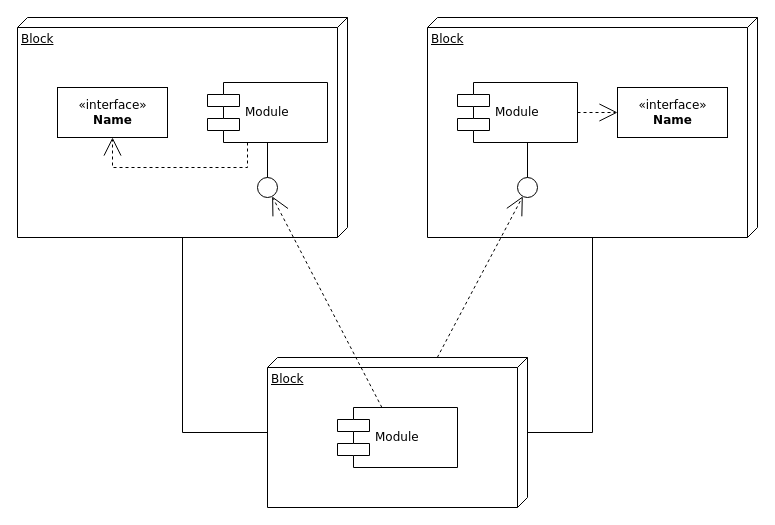
Earlier version of the draw.io diagram Untitled Diagram.drawio (shadowlessScript/LMS). Source tidied: cells renumbered, new cells numbered last; positions are measured from the earlier drawing's top-left corner, leaving out a move shared by most shapes. Both pictures are drawn from the tidied source at 100%, with x=0, y=0 at pixel (17, 17).
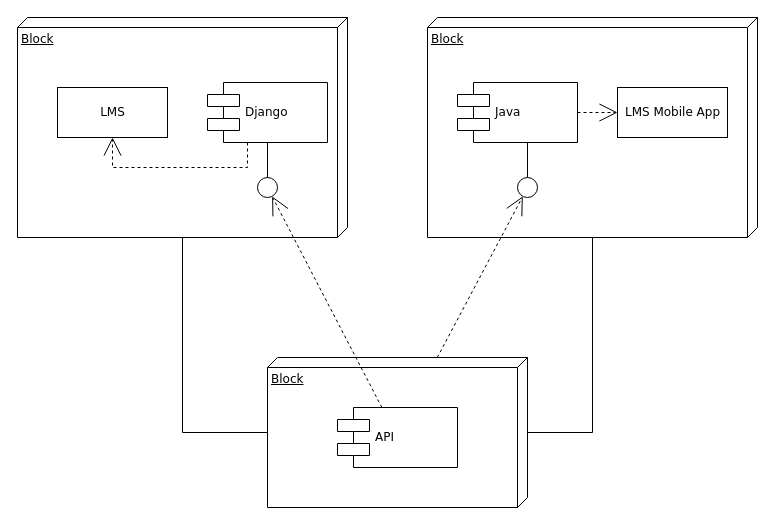
The same diagram, later.

Change to the diagram source:
```diff
@@
-    <mxCell id="5" value="&amp;laquo;interface&amp;raquo;&lt;br&gt;&lt;b&gt;Name&lt;/b&gt;" style="html=1;rounded=0;shadow=0;comic=0;labelBackgroundColor=none;strokeWidth=1;fontFamily=Verdana;fontSize=12;align=center;" parent="1" vertex="1">
+    <mxCell id="5" value="LMS&lt;br&gt;" style="html=1;rounded=0;shadow=0;comic=0;labelBackgroundColor=none;strokeWidth=1;fontFamily=Verdana;fontSize=12;align=center;" parent="1" vertex="1">
       <mxGeometry x="40" y="70" width="110" height="50" as="geometry" />
     </mxCell>
-    <mxCell id="6" value="Module" style="shape=component;align=left;spacingLeft=36;rounded=0;shadow=0;comic=0;labelBackgroundColor=none;strokeWidth=1;fontFamily=Verdana;fontSize=12;html=1;" parent="1" vertex="1">
+    <mxCell id="6" value="Django" style="shape=component;align=left;spacingLeft=36;rounded=0;shadow=0;comic=0;labelBackgroundColor=none;strokeWidth=1;fontFamily=Verdana;fontSize=12;html=1;" parent="1" vertex="1">
       <mxGeometry x="190" y="65" width="120" height="60" as="geometry" />
     </mxCell>
@@
-    <mxCell id="8" value="Module" style="shape=component;align=left;spacingLeft=36;rounded=0;shadow=0;comic=0;labelBackgroundColor=none;strokeWidth=1;fontFamily=Verdana;fontSize=12;html=1;" parent="1" vertex="1">
+    <mxCell id="8" value="Java" style="shape=component;align=left;spacingLeft=36;rounded=0;shadow=0;comic=0;labelBackgroundColor=none;strokeWidth=1;fontFamily=Verdana;fontSize=12;html=1;" parent="1" vertex="1">
       <mxGeometry x="440" y="65" width="120" height="60" as="geometry" />
     </mxCell>
-    <mxCell id="9" value="&amp;laquo;interface&amp;raquo;&lt;br&gt;&lt;b&gt;Name&lt;/b&gt;" style="html=1;rounded=0;shadow=0;comic=0;labelBackgroundColor=none;strokeWidth=1;fontFamily=Verdana;fontSize=12;align=center;" parent="1" vertex="1">
+    <mxCell id="9" value="LMS Mobile App" style="html=1;rounded=0;shadow=0;comic=0;labelBackgroundColor=none;strokeWidth=1;fontFamily=Verdana;fontSize=12;align=center;" parent="1" vertex="1">
       <mxGeometry x="600" y="70" width="110" height="50" as="geometry" />
     </mxCell>
@@
-    <mxCell id="11" value="Module" style="shape=component;align=left;spacingLeft=36;rounded=0;shadow=0;comic=0;labelBackgroundColor=none;strokeWidth=1;fontFamily=Verdana;fontSize=12;html=1;" parent="1" vertex="1">
+    <mxCell id="11" value="API" style="shape=component;align=left;spacingLeft=36;rounded=0;shadow=0;comic=0;labelBackgroundColor=none;strokeWidth=1;fontFamily=Verdana;fontSize=12;html=1;" parent="1" vertex="1">
       <mxGeometry x="320" y="390" width="120" height="60" as="geometry" />
     </mxCell>
```
